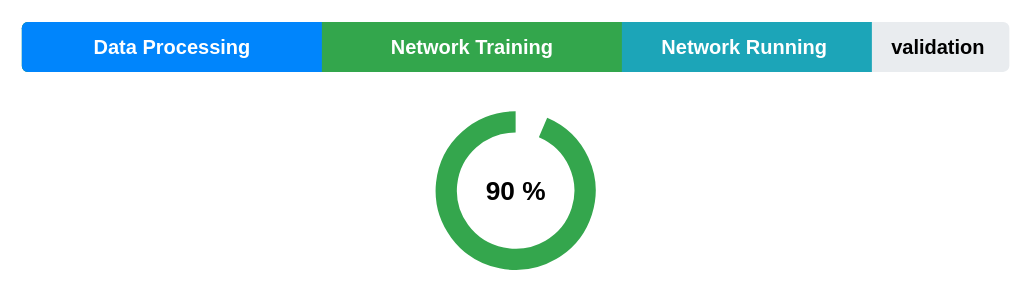
The draw.io diagram overview_project_i3s.drawio in MarcosOriolPago/drawings, before the edit. Source tidied: cells renumbered, new cells numbered last; positions are measured from the earlier drawing's top-left corner, leaving out a move shared by most shapes. Both pictures are drawn from the tidied source at 125%, with x=0, y=0 at pixel (21, 21).
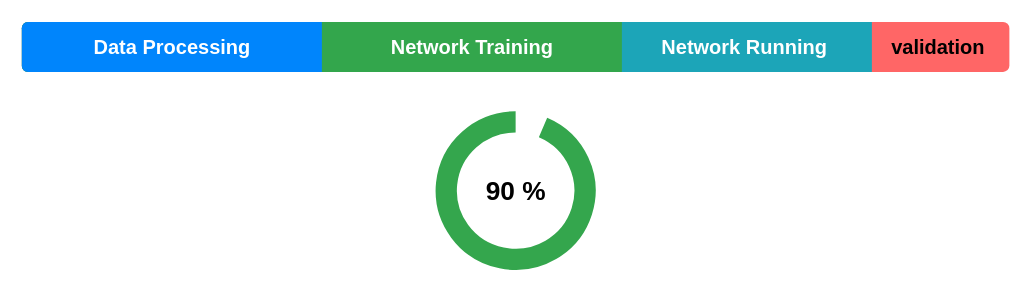
The same diagram, later.

The edit, as a diff of the source:
```diff
@@
 <mxGraphModel>
   <root>
     <mxCell id="0" />
     <mxCell id="1" parent="0" />
-    <mxCell id="2" value="&lt;blockquote style=&quot;margin: 0 0 0 40px; border: none; padding: 0px;&quot;&gt;&lt;blockquote style=&quot;margin: 0 0 0 40px; border: none; padding: 0px;&quot;&gt;&lt;blockquote style=&quot;margin: 0 0 0 40px; border: none; padding: 0px;&quot;&gt;&lt;blockquote style=&quot;margin: 0 0 0 40px; border: none; padding: 0px;&quot;&gt;&lt;blockquote style=&quot;margin: 0 0 0 40px; border: none; padding: 0px;&quot;&gt;&lt;blockquote style=&quot;margin: 0 0 0 40px; border: none; padding: 0px;&quot;&gt;&lt;blockquote style=&quot;margin: 0 0 0 40px; border: none; padding: 0px;&quot;&gt;&lt;blockquote style=&quot;margin: 0 0 0 40px; border: none; padding: 0px;&quot;&gt;&lt;blockquote style=&quot;margin: 0 0 0 40px; border: none; padding: 0px;&quot;&gt;&lt;blockquote style=&quot;margin: 0 0 0 40px; border: none; padding: 0px;&quot;&gt;&lt;blockquote style=&quot;margin: 0 0 0 40px; border: none; padding: 0px;&quot;&gt;&lt;blockquote style=&quot;margin: 0 0 0 40px; border: none; padding: 0px;&quot;&gt;&lt;blockquote style=&quot;margin: 0 0 0 40px; border: none; padding: 0px;&quot;&gt;&lt;blockquote style=&quot;margin: 0 0 0 40px; border: none; padding: 0px;&quot;&gt;&lt;blockquote style=&quot;margin: 0 0 0 40px; border: none; padding: 0px;&quot;&gt;&lt;blockquote style=&quot;margin: 0 0 0 40px; border: none; padding: 0px;&quot;&gt;&lt;font size=&quot;1&quot;&gt;&lt;b style=&quot;font-size: 16px;&quot;&gt;&lt;span style=&quot;white-space: pre;&quot;&gt;&#9;&lt;/span&gt;validation&lt;/b&gt;&lt;/font&gt;&lt;/blockquote&gt;&lt;/blockquote&gt;&lt;/blockquote&gt;&lt;/blockquote&gt;&lt;/blockquote&gt;&lt;/blockquote&gt;&lt;/blockquote&gt;&lt;/blockquote&gt;&lt;/blockquote&gt;&lt;/blockquote&gt;&lt;/blockquote&gt;&lt;/blockquote&gt;&lt;/blockquote&gt;&lt;/blockquote&gt;&lt;/blockquote&gt;&lt;/blockquote&gt;" style="html=1;shadow=0;dashed=0;shape=mxgraph.bootstrap.rrect;rSize=5;fillColor=#E9ECEF;strokeColor=none;" parent="1" vertex="1">
+    <mxCell id="2" value="&lt;blockquote style=&quot;margin: 0 0 0 40px; border: none; padding: 0px;&quot;&gt;&lt;blockquote style=&quot;margin: 0 0 0 40px; border: none; padding: 0px;&quot;&gt;&lt;blockquote style=&quot;margin: 0 0 0 40px; border: none; padding: 0px;&quot;&gt;&lt;blockquote style=&quot;margin: 0 0 0 40px; border: none; padding: 0px;&quot;&gt;&lt;blockquote style=&quot;margin: 0 0 0 40px; border: none; padding: 0px;&quot;&gt;&lt;blockquote style=&quot;margin: 0 0 0 40px; border: none; padding: 0px;&quot;&gt;&lt;blockquote style=&quot;margin: 0 0 0 40px; border: none; padding: 0px;&quot;&gt;&lt;blockquote style=&quot;margin: 0 0 0 40px; border: none; padding: 0px;&quot;&gt;&lt;blockquote style=&quot;margin: 0 0 0 40px; border: none; padding: 0px;&quot;&gt;&lt;blockquote style=&quot;margin: 0 0 0 40px; border: none; padding: 0px;&quot;&gt;&lt;blockquote style=&quot;margin: 0 0 0 40px; border: none; padding: 0px;&quot;&gt;&lt;blockquote style=&quot;margin: 0 0 0 40px; border: none; padding: 0px;&quot;&gt;&lt;blockquote style=&quot;margin: 0 0 0 40px; border: none; padding: 0px;&quot;&gt;&lt;blockquote style=&quot;margin: 0 0 0 40px; border: none; padding: 0px;&quot;&gt;&lt;blockquote style=&quot;margin: 0 0 0 40px; border: none; padding: 0px;&quot;&gt;&lt;blockquote style=&quot;margin: 0 0 0 40px; border: none; padding: 0px;&quot;&gt;&lt;font size=&quot;1&quot;&gt;&lt;b style=&quot;font-size: 16px;&quot;&gt;&lt;span style=&quot;white-space: pre;&quot;&gt;&#9;&lt;/span&gt;validation&lt;/b&gt;&lt;/font&gt;&lt;/blockquote&gt;&lt;/blockquote&gt;&lt;/blockquote&gt;&lt;/blockquote&gt;&lt;/blockquote&gt;&lt;/blockquote&gt;&lt;/blockquote&gt;&lt;/blockquote&gt;&lt;/blockquote&gt;&lt;/blockquote&gt;&lt;/blockquote&gt;&lt;/blockquote&gt;&lt;/blockquote&gt;&lt;/blockquote&gt;&lt;/blockquote&gt;&lt;/blockquote&gt;" style="html=1;shadow=0;dashed=0;shape=mxgraph.bootstrap.rrect;rSize=5;fillColor=#FF6666;strokeColor=none;" parent="1" vertex="1">
       <mxGeometry width="790" height="40" as="geometry" />
     </mxCell>
     <mxCell id="3" value="&lt;blockquote style=&quot;margin: 0 0 0 40px; border: none; padding: 0px;&quot;&gt;&lt;blockquote style=&quot;margin: 0 0 0 40px; border: none; padding: 0px;&quot;&gt;&lt;blockquote style=&quot;margin: 0 0 0 40px; border: none; padding: 0px;&quot;&gt;&lt;blockquote style=&quot;margin: 0 0 0 40px; border: none; padding: 0px;&quot;&gt;&lt;blockquote style=&quot;margin: 0 0 0 40px; border: none; padding: 0px;&quot;&gt;&lt;blockquote style=&quot;margin: 0 0 0 40px; border: none; padding: 0px;&quot;&gt;&lt;blockquote style=&quot;margin: 0 0 0 40px; border: none; padding: 0px;&quot;&gt;&lt;blockquote style=&quot;margin: 0 0 0 40px; border: none; padding: 0px;&quot;&gt;&lt;blockquote style=&quot;margin: 0 0 0 40px; border: none; padding: 0px;&quot;&gt;&lt;blockquote style=&quot;margin: 0 0 0 40px; border: none; padding: 0px;&quot;&gt;&lt;blockquote style=&quot;margin: 0 0 0 40px; border: none; padding: 0px;&quot;&gt;&lt;b&gt;&lt;font style=&quot;font-size: 16px;&quot; color=&quot;#ffffff&quot;&gt;&lt;span style=&quot;white-space: pre;&quot;&gt;&#9;&lt;/span&gt;Network Running&lt;/font&gt;&lt;/b&gt;&lt;/blockquote&gt;&lt;/blockquote&gt;&lt;/blockquote&gt;&lt;/blockquote&gt;&lt;/blockquote&gt;&lt;/blockquote&gt;&lt;/blockquote&gt;&lt;/blockquote&gt;&lt;/blockquote&gt;&lt;/blockquote&gt;&lt;/blockquote&gt;" style="html=1;shadow=0;dashed=0;shape=mxgraph.bootstrap.leftButton;rSize=5;fillColor=#1CA5B8;strokeColor=none;" parent="2" vertex="1">
       <mxGeometry width="680" height="40" relative="1" as="geometry" />
     </mxCell>
     <mxCell id="4" value="&lt;blockquote style=&quot;margin: 0 0 0 40px; border: none; padding: 0px;&quot;&gt;&lt;blockquote style=&quot;margin: 0 0 0 40px; border: none; padding: 0px;&quot;&gt;&lt;blockquote style=&quot;margin: 0 0 0 40px; border: none; padding: 0px;&quot;&gt;&lt;blockquote style=&quot;margin: 0 0 0 40px; border: none; padding: 0px;&quot;&gt;&lt;blockquote style=&quot;margin: 0 0 0 40px; border: none; padding: 0px;&quot;&gt;&lt;blockquote style=&quot;margin: 0 0 0 40px; border: none; padding: 0px;&quot;&gt;&lt;b&gt;&lt;font color=&quot;#ffffff&quot; style=&quot;font-size: 16px;&quot;&gt;Network Training&lt;/font&gt;&lt;/b&gt;&lt;/blockquote&gt;&lt;/blockquote&gt;&lt;/blockquote&gt;&lt;/blockquote&gt;&lt;/blockquote&gt;&lt;/blockquote&gt;" style="html=1;shadow=0;dashed=0;shape=mxgraph.bootstrap.leftButton;rSize=5;fillColor=#33A64C;strokeColor=none;" parent="2" vertex="1">
       <mxGeometry width="480" height="40" relative="1" as="geometry" />
     </mxCell>
     <mxCell id="5" value="&lt;font size=&quot;1&quot; color=&quot;#ffffff&quot;&gt;&lt;b style=&quot;font-size: 16px;&quot;&gt;Data Processing&lt;/b&gt;&lt;/font&gt;" style="html=1;shadow=0;dashed=0;shape=mxgraph.bootstrap.leftButton;rSize=5;fillColor=#0085FC;strokeColor=none;" parent="2" vertex="1">
       <mxGeometry width="240" height="40" relative="1" as="geometry" />
     </mxCell>
     <mxCell id="6" value="&lt;b&gt;&lt;font style=&quot;font-size: 21px;&quot;&gt;90 %&lt;/font&gt;&lt;/b&gt;" style="html=1;shadow=0;shape=mxgraph.basic.arc;startAngle=0.06463251336126931;endAngle=1;strokeWidth=17;strokeColor=#34A64D;" parent="1" vertex="1">
       <mxGeometry x="339.5" y="80" width="111" height="110" as="geometry" />
     </mxCell>
   </root>
 </mxGraphModel>
```
